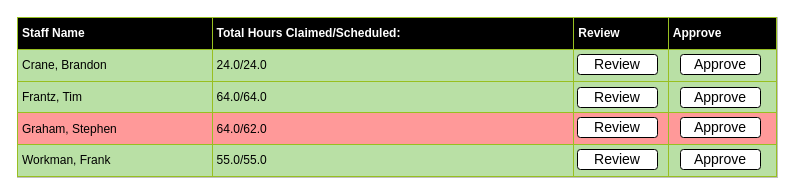
Earlier version of the draw.io diagram page "Coordinator List View" (2 of 3) of Diagrams/Outputs/Timesheet Mockup.drawio (Harlento/SchedulingSystem). Source tidied: cells renumbered, new cells numbered last; positions are measured from the earlier drawing's top-left corner, leaving out a move shared by most shapes. Both pictures are drawn from the tidied source at 100%, with x=0, y=0 at pixel (17, 17).
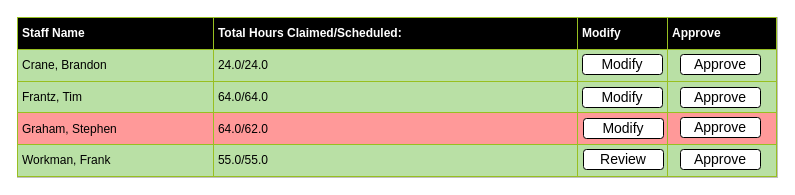
The same page after the edit.

Diff of the diagram source:
```diff
@@
 <mxGraphModel>
   <root>
     <mxCell id="0" />
     <mxCell id="1" parent="0" />
-    <mxCell id="2" value="&lt;table border=&quot;1&quot; width=&quot;100%&quot; cellpadding=&quot;4&quot; style=&quot;width: 100% ; height: 100% ; border-collapse: collapse ; background-color: rgb(255 , 255 , 255)&quot;&gt;&lt;tbody&gt;&lt;tr style=&quot;color: rgb(255 , 255 , 255) ; border: 1px solid rgb(152 , 191 , 33)&quot;&gt;&lt;th align=&quot;left&quot; style=&quot;background-color: rgb(0 , 0 , 0)&quot;&gt;Staff Name&lt;/th&gt;&lt;th align=&quot;left&quot; style=&quot;background-color: rgb(0 , 0 , 0)&quot;&gt;Total Hours Claimed/Scheduled:&lt;/th&gt;&lt;th align=&quot;left&quot; style=&quot;background-color: rgb(0 , 0 , 0)&quot;&gt;Review&lt;/th&gt;&lt;td style=&quot;background-color: rgb(0 , 0 , 0)&quot;&gt;&lt;span style=&quot;font-weight: 700&quot;&gt;Approve&lt;/span&gt;&lt;br&gt;&lt;/td&gt;&lt;/tr&gt;&lt;tr style=&quot;border: 1px solid #98bf21&quot;&gt;&lt;td style=&quot;background-color: rgb(185 , 224 , 165)&quot;&gt;Crane, Brandon&lt;/td&gt;&lt;td style=&quot;background-color: rgb(185 , 224 , 165)&quot;&gt;24.0/24.0&lt;/td&gt;&lt;td style=&quot;background-color: rgb(185 , 224 , 165)&quot;&gt;&lt;/td&gt;&lt;td style=&quot;background-color: rgb(185 , 224 , 165)&quot;&gt;&lt;br&gt;&lt;/td&gt;&lt;/tr&gt;&lt;tr style=&quot;border: 1px solid rgb(152 , 191 , 33)&quot;&gt;&lt;td style=&quot;background-color: rgb(185 , 224 , 165)&quot;&gt;Frantz, Tim&lt;/td&gt;&lt;td style=&quot;background-color: rgb(185 , 224 , 165)&quot;&gt;64.0/64.0&lt;/td&gt;&lt;td style=&quot;background-color: rgb(185 , 224 , 165)&quot;&gt;&lt;/td&gt;&lt;td style=&quot;background-color: rgb(185 , 224 , 165)&quot;&gt;&lt;br&gt;&lt;/td&gt;&lt;/tr&gt;&lt;tr style=&quot;border: 1px solid #98bf21&quot;&gt;&lt;td style=&quot;background-color: rgb(255 , 153 , 153)&quot;&gt;Graham, Stephen&lt;/td&gt;&lt;td style=&quot;background-color: rgb(255 , 153 , 153)&quot;&gt;64.0/62.0&lt;/td&gt;&lt;td style=&quot;background-color: rgb(255 , 153 , 153)&quot;&gt;&lt;/td&gt;&lt;td style=&quot;background-color: rgb(255 , 153 , 153)&quot;&gt;&lt;br&gt;&lt;/td&gt;&lt;/tr&gt;&lt;tr style=&quot;border: 1px solid rgb(152 , 191 , 33)&quot;&gt;&lt;td style=&quot;background-color: rgb(185 , 224 , 165)&quot;&gt;Workman, Frank&lt;/td&gt;&lt;td style=&quot;background-color: rgb(185 , 224 , 165)&quot;&gt;55.0/55.0&lt;/td&gt;&lt;td style=&quot;background-color: rgb(185 , 224 , 165)&quot;&gt;&lt;br&gt;&lt;/td&gt;&lt;td style=&quot;background-color: rgb(185 , 224 , 165)&quot;&gt;&lt;br&gt;&lt;/td&gt;&lt;/tr&gt;&lt;/tbody&gt;&lt;/table&gt;" style="text;html=1;strokeColor=#c0c0c0;fillColor=#ffffff;overflow=fill;rounded=0;" parent="1" vertex="1">
+    <mxCell id="2" value="&lt;table border=&quot;1&quot; width=&quot;100%&quot; cellpadding=&quot;4&quot; style=&quot;width: 100% ; height: 100% ; border-collapse: collapse ; background-color: rgb(255 , 255 , 255)&quot;&gt;&lt;tbody&gt;&lt;tr style=&quot;color: rgb(255 , 255 , 255) ; border: 1px solid rgb(152 , 191 , 33)&quot;&gt;&lt;th align=&quot;left&quot; style=&quot;background-color: rgb(0 , 0 , 0)&quot;&gt;Staff Name&lt;/th&gt;&lt;th align=&quot;left&quot; style=&quot;background-color: rgb(0 , 0 , 0)&quot;&gt;Total Hours Claimed/Scheduled:&lt;/th&gt;&lt;th align=&quot;left&quot; style=&quot;background-color: rgb(0 , 0 , 0)&quot;&gt;Modify&lt;/th&gt;&lt;td style=&quot;background-color: rgb(0 , 0 , 0)&quot;&gt;&lt;span style=&quot;font-weight: 700&quot;&gt;Approve&lt;/span&gt;&lt;br&gt;&lt;/td&gt;&lt;/tr&gt;&lt;tr style=&quot;border: 1px solid #98bf21&quot;&gt;&lt;td style=&quot;background-color: rgb(185 , 224 , 165)&quot;&gt;Crane, Brandon&lt;/td&gt;&lt;td style=&quot;background-color: rgb(185 , 224 , 165)&quot;&gt;24.0/24.0&lt;/td&gt;&lt;td style=&quot;background-color: rgb(185 , 224 , 165)&quot;&gt;&lt;/td&gt;&lt;td style=&quot;background-color: rgb(185 , 224 , 165)&quot;&gt;&lt;br&gt;&lt;/td&gt;&lt;/tr&gt;&lt;tr style=&quot;border: 1px solid rgb(152 , 191 , 33)&quot;&gt;&lt;td style=&quot;background-color: rgb(185 , 224 , 165)&quot;&gt;Frantz, Tim&lt;/td&gt;&lt;td style=&quot;background-color: rgb(185 , 224 , 165)&quot;&gt;64.0/64.0&lt;/td&gt;&lt;td style=&quot;background-color: rgb(185 , 224 , 165)&quot;&gt;&lt;/td&gt;&lt;td style=&quot;background-color: rgb(185 , 224 , 165)&quot;&gt;&lt;br&gt;&lt;/td&gt;&lt;/tr&gt;&lt;tr style=&quot;border: 1px solid #98bf21&quot;&gt;&lt;td style=&quot;background-color: rgb(255 , 153 , 153)&quot;&gt;Graham, Stephen&lt;/td&gt;&lt;td style=&quot;background-color: rgb(255 , 153 , 153)&quot;&gt;64.0/62.0&lt;/td&gt;&lt;td style=&quot;background-color: rgb(255 , 153 , 153)&quot;&gt;&lt;/td&gt;&lt;td style=&quot;background-color: rgb(255 , 153 , 153)&quot;&gt;&lt;br&gt;&lt;/td&gt;&lt;/tr&gt;&lt;tr style=&quot;border: 1px solid rgb(152 , 191 , 33)&quot;&gt;&lt;td style=&quot;background-color: rgb(185 , 224 , 165)&quot;&gt;Workman, Frank&lt;/td&gt;&lt;td style=&quot;background-color: rgb(185 , 224 , 165)&quot;&gt;55.0/55.0&lt;/td&gt;&lt;td style=&quot;background-color: rgb(185 , 224 , 165)&quot;&gt;&lt;br&gt;&lt;/td&gt;&lt;td style=&quot;background-color: rgb(185 , 224 , 165)&quot;&gt;&lt;br&gt;&lt;/td&gt;&lt;/tr&gt;&lt;/tbody&gt;&lt;/table&gt;" style="text;html=1;strokeColor=#c0c0c0;fillColor=#ffffff;overflow=fill;rounded=0;" parent="1" vertex="1">
       <mxGeometry width="760" height="160" as="geometry" />
     </mxCell>
     <mxCell id="3" value="&lt;font style=&quot;font-size: 14px&quot;&gt;Approve&lt;/font&gt;" style="rounded=1;whiteSpace=wrap;html=1;" parent="1" vertex="1">
       <mxGeometry x="663" y="37" width="80" height="20" as="geometry" />
     </mxCell>
     <mxCell id="4" value="&lt;font style=&quot;font-size: 14px&quot;&gt;Approve&lt;/font&gt;" style="rounded=1;whiteSpace=wrap;html=1;" parent="1" vertex="1">
       <mxGeometry x="663" y="70" width="80" height="20" as="geometry" />
     </mxCell>
     <mxCell id="5" value="&lt;font style=&quot;font-size: 14px&quot;&gt;Approve&lt;/font&gt;" style="rounded=1;whiteSpace=wrap;html=1;" parent="1" vertex="1">
       <mxGeometry x="663" y="100" width="80" height="20" as="geometry" />
     </mxCell>
     <mxCell id="6" value="&lt;font style=&quot;font-size: 14px&quot;&gt;Approve&lt;/font&gt;" style="rounded=1;whiteSpace=wrap;html=1;" parent="1" vertex="1">
       <mxGeometry x="663" y="132" width="80" height="20" as="geometry" />
     </mxCell>
     <mxCell id="7" value="&lt;font style=&quot;font-size: 14px&quot;&gt;Review&lt;/font&gt;" style="rounded=1;whiteSpace=wrap;html=1;" parent="1" vertex="1">
-      <mxGeometry x="560" y="132" width="80" height="20" as="geometry" />
+      <mxGeometry x="566" y="132" width="80" height="20" as="geometry" />
     </mxCell>
-    <mxCell id="8" value="&lt;font style=&quot;font-size: 14px&quot;&gt;Review&lt;/font&gt;" style="rounded=1;whiteSpace=wrap;html=1;" parent="1" vertex="1">
-      <mxGeometry x="560" y="100" width="80" height="20" as="geometry" />
+    <mxCell id="8" value="&lt;font style=&quot;font-size: 14px&quot;&gt;Modify&lt;/font&gt;" style="rounded=1;whiteSpace=wrap;html=1;" parent="1" vertex="1">
+      <mxGeometry x="566" y="101" width="80" height="20" as="geometry" />
     </mxCell>
-    <mxCell id="9" value="&lt;font style=&quot;font-size: 14px&quot;&gt;Review&lt;/font&gt;" style="rounded=1;whiteSpace=wrap;html=1;" parent="1" vertex="1">
-      <mxGeometry x="560" y="70" width="80" height="20" as="geometry" />
+    <mxCell id="9" value="&lt;font style=&quot;font-size: 14px&quot;&gt;Modify&lt;/font&gt;" style="rounded=1;whiteSpace=wrap;html=1;" parent="1" vertex="1">
+      <mxGeometry x="565" y="70" width="80" height="20" as="geometry" />
     </mxCell>
-    <mxCell id="10" value="&lt;font style=&quot;font-size: 14px&quot;&gt;Review&lt;/font&gt;" style="rounded=1;whiteSpace=wrap;html=1;" parent="1" vertex="1">
-      <mxGeometry x="560" y="37" width="80" height="20" as="geometry" />
+    <mxCell id="10" value="&lt;font style=&quot;font-size: 14px&quot;&gt;Modify&lt;/font&gt;" style="rounded=1;whiteSpace=wrap;html=1;" parent="1" vertex="1">
+      <mxGeometry x="565" y="37" width="80" height="20" as="geometry" />
     </mxCell>
   </root>
 </mxGraphModel>
```
